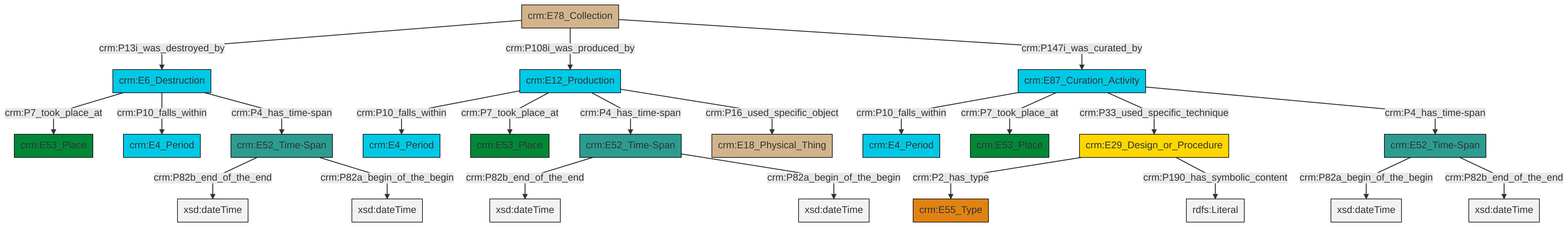
swiss-art-research-net/docs.swissartresearch keeps this Mermaid diagram as et/archivalCSV/ttl/mmd/png/archival_existence.png. Above is the earlier version. Its source is kept beside it as et/archivalCSV/ttl/mmd/archival_existence.ttl.mmd.
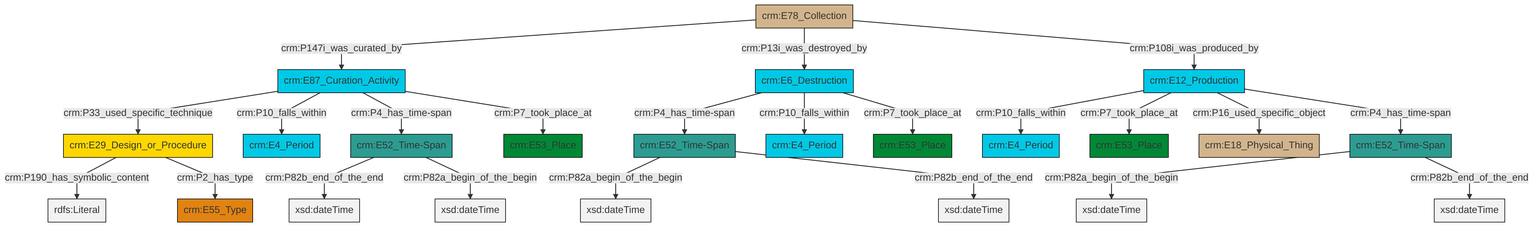
The same file after the commit.

What changed in the source:
```diff
@@ -13,25 +13,25 @@
 classDef PC_Classes fill:#4ce600, stroke:#000000;
 classDef Multi fill:#cccccc,stroke:#000000;
 
-2["crm:E52_Time-Span"]:::Time-Span -->|crm:P82b_end_of_the_end| 3[xsd:dateTime]:::Literal
-4["crm:E87_Curation_Activity"]:::Temporal_Entity -->|crm:P10_falls_within| 0["crm:E4_Period"]:::Temporal_Entity
-5["crm:E78_Collection"]:::Physical_Thing -->|crm:P13i_was_destroyed_by| 6["crm:E6_Destruction"]:::Temporal_Entity
-5["crm:E78_Collection"]:::Physical_Thing -->|crm:P108i_was_produced_by| 9["crm:E12_Production"]:::Temporal_Entity
-6["crm:E6_Destruction"]:::Temporal_Entity -->|crm:P7_took_place_at| 10["crm:E53_Place"]:::Place
-13["crm:E29_Design_or_Procedure"]:::Conceptual_Object -->|crm:P2_has_type| 14["crm:E55_Type"]:::Type
-4["crm:E87_Curation_Activity"]:::Temporal_Entity -->|crm:P7_took_place_at| 7["crm:E53_Place"]:::Place
-2["crm:E52_Time-Span"]:::Time-Span -->|crm:P82a_begin_of_the_begin| 15[xsd:dateTime]:::Literal
-6["crm:E6_Destruction"]:::Temporal_Entity -->|crm:P10_falls_within| 17["crm:E4_Period"]:::Temporal_Entity
-9["crm:E12_Production"]:::Temporal_Entity -->|crm:P10_falls_within| 19["crm:E4_Period"]:::Temporal_Entity
-11["crm:E52_Time-Span"]:::Time-Span -->|crm:P82b_end_of_the_end| 20[xsd:dateTime]:::Literal
-4["crm:E87_Curation_Activity"]:::Temporal_Entity -->|crm:P33_used_specific_technique| 13["crm:E29_Design_or_Procedure"]:::Conceptual_Object
-13["crm:E29_Design_or_Procedure"]:::Conceptual_Object -->|crm:P190_has_symbolic_content| 22[rdfs:Literal]:::Literal
-9["crm:E12_Production"]:::Temporal_Entity -->|crm:P7_took_place_at| 23["crm:E53_Place"]:::Place
-11["crm:E52_Time-Span"]:::Time-Span -->|crm:P82a_begin_of_the_begin| 24[xsd:dateTime]:::Literal
-6["crm:E6_Destruction"]:::Temporal_Entity -->|crm:P4_has_time-span| 2["crm:E52_Time-Span"]:::Time-Span
-9["crm:E12_Production"]:::Temporal_Entity -->|crm:P4_has_time-span| 11["crm:E52_Time-Span"]:::Time-Span
-29["crm:E52_Time-Span"]:::Time-Span -->|crm:P82a_begin_of_the_begin| 30[xsd:dateTime]:::Literal
-29["crm:E52_Time-Span"]:::Time-Span -->|crm:P82b_end_of_the_end| 31[xsd:dateTime]:::Literal
-4["crm:E87_Curation_Activity"]:::Temporal_Entity -->|crm:P4_has_time-span| 29["crm:E52_Time-Span"]:::Time-Span
-5["crm:E78_Collection"]:::Physical_Thing -->|crm:P147i_was_curated_by| 4["crm:E87_Curation_Activity"]:::Temporal_Entity
-9["crm:E12_Production"]:::Temporal_Entity -->|crm:P16_used_specific_object| 36["crm:E18_Physical_Thing"]:::Physical_Thing
+2["crm:E6_Destruction"]:::Temporal_Entity -->|crm:P4_has_time-span| 3["crm:E52_Time-Span"]:::Time-Span
+4["crm:E52_Time-Span"]:::Time-Span -->|crm:P82a_begin_of_the_begin| 5[xsd:dateTime]:::Literal
+6["crm:E52_Time-Span"]:::Time-Span -->|crm:P82b_end_of_the_end| 7[xsd:dateTime]:::Literal
+3["crm:E52_Time-Span"]:::Time-Span -->|crm:P82a_begin_of_the_begin| 9[xsd:dateTime]:::Literal
+4["crm:E52_Time-Span"]:::Time-Span -->|crm:P82b_end_of_the_end| 12[xsd:dateTime]:::Literal
+16["crm:E87_Curation_Activity"]:::Temporal_Entity -->|crm:P33_used_specific_technique| 17["crm:E29_Design_or_Procedure"]:::Conceptual_Object
+20["crm:E78_Collection"]:::Physical_Thing -->|crm:P147i_was_curated_by| 16["crm:E87_Curation_Activity"]:::Temporal_Entity
+16["crm:E87_Curation_Activity"]:::Temporal_Entity -->|crm:P10_falls_within| 21["crm:E4_Period"]:::Temporal_Entity
+3["crm:E52_Time-Span"]:::Time-Span -->|crm:P82b_end_of_the_end| 23[xsd:dateTime]:::Literal
+16["crm:E87_Curation_Activity"]:::Temporal_Entity -->|crm:P4_has_time-span| 6["crm:E52_Time-Span"]:::Time-Span
+20["crm:E78_Collection"]:::Physical_Thing -->|crm:P13i_was_destroyed_by| 2["crm:E6_Destruction"]:::Temporal_Entity
+2["crm:E6_Destruction"]:::Temporal_Entity -->|crm:P10_falls_within| 18["crm:E4_Period"]:::Temporal_Entity
+2["crm:E6_Destruction"]:::Temporal_Entity -->|crm:P7_took_place_at| 24["crm:E53_Place"]:::Place
+6["crm:E52_Time-Span"]:::Time-Span -->|crm:P82a_begin_of_the_begin| 30[xsd:dateTime]:::Literal
+17["crm:E29_Design_or_Procedure"]:::Conceptual_Object -->|crm:P190_has_symbolic_content| 33[rdfs:Literal]:::Literal
+17["crm:E29_Design_or_Procedure"]:::Conceptual_Object -->|crm:P2_has_type| 10["crm:E55_Type"]:::Type
+13["crm:E12_Production"]:::Temporal_Entity -->|crm:P10_falls_within| 26["crm:E4_Period"]:::Temporal_Entity
+13["crm:E12_Production"]:::Temporal_Entity -->|crm:P7_took_place_at| 34["crm:E53_Place"]:::Place
+13["crm:E12_Production"]:::Temporal_Entity -->|crm:P16_used_specific_object| 31["crm:E18_Physical_Thing"]:::Physical_Thing
+16["crm:E87_Curation_Activity"]:::Temporal_Entity -->|crm:P7_took_place_at| 0["crm:E53_Place"]:::Place
+13["crm:E12_Production"]:::Temporal_Entity -->|crm:P4_has_time-span| 4["crm:E52_Time-Span"]:::Time-Span
+20["crm:E78_Collection"]:::Physical_Thing -->|crm:P108i_was_produced_by| 13["crm:E12_Production"]:::Temporal_Entity
```
